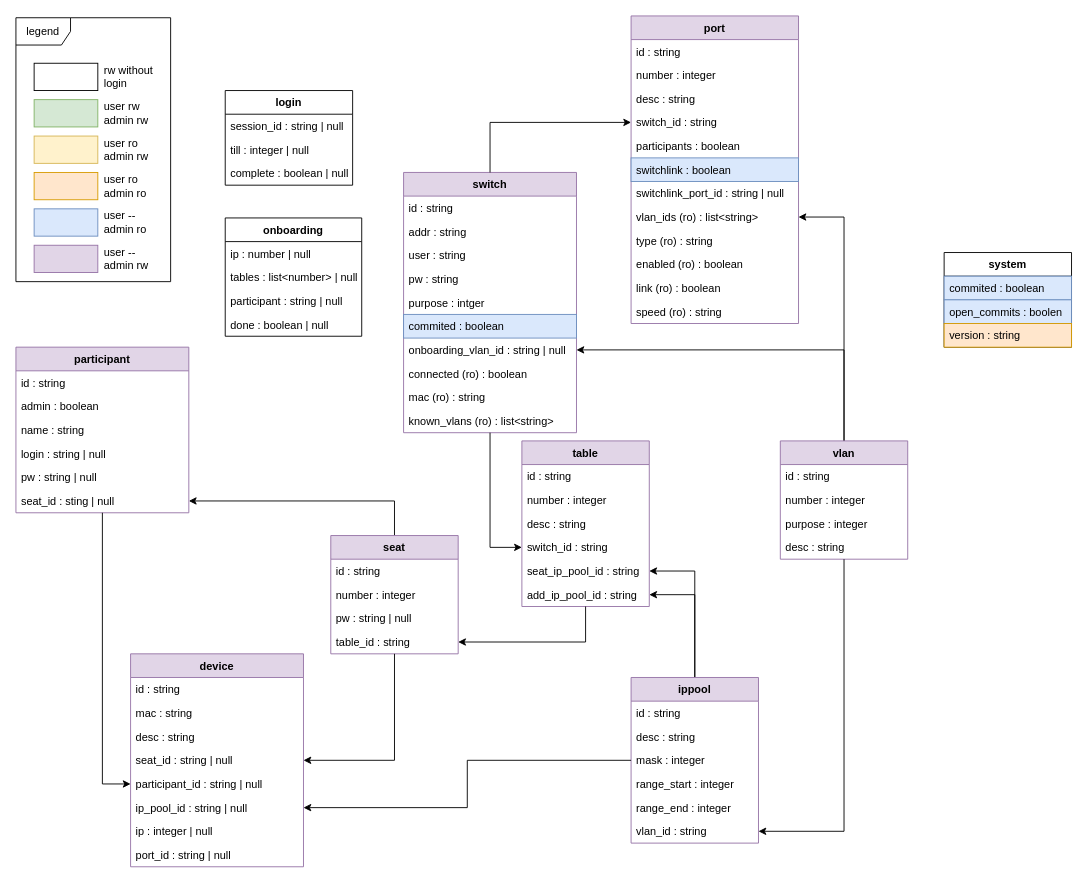
Earlier version of the draw.io diagram docs/api.drawio (nils-ost/LanPartyOnboardingSystem). Source tidied: cells renumbered, new cells numbered last; positions are measured from the earlier drawing's top-left corner, leaving out a move shared by most shapes. Both pictures are drawn from the tidied source at 91%, with x=0, y=0 at pixel (15, 15).
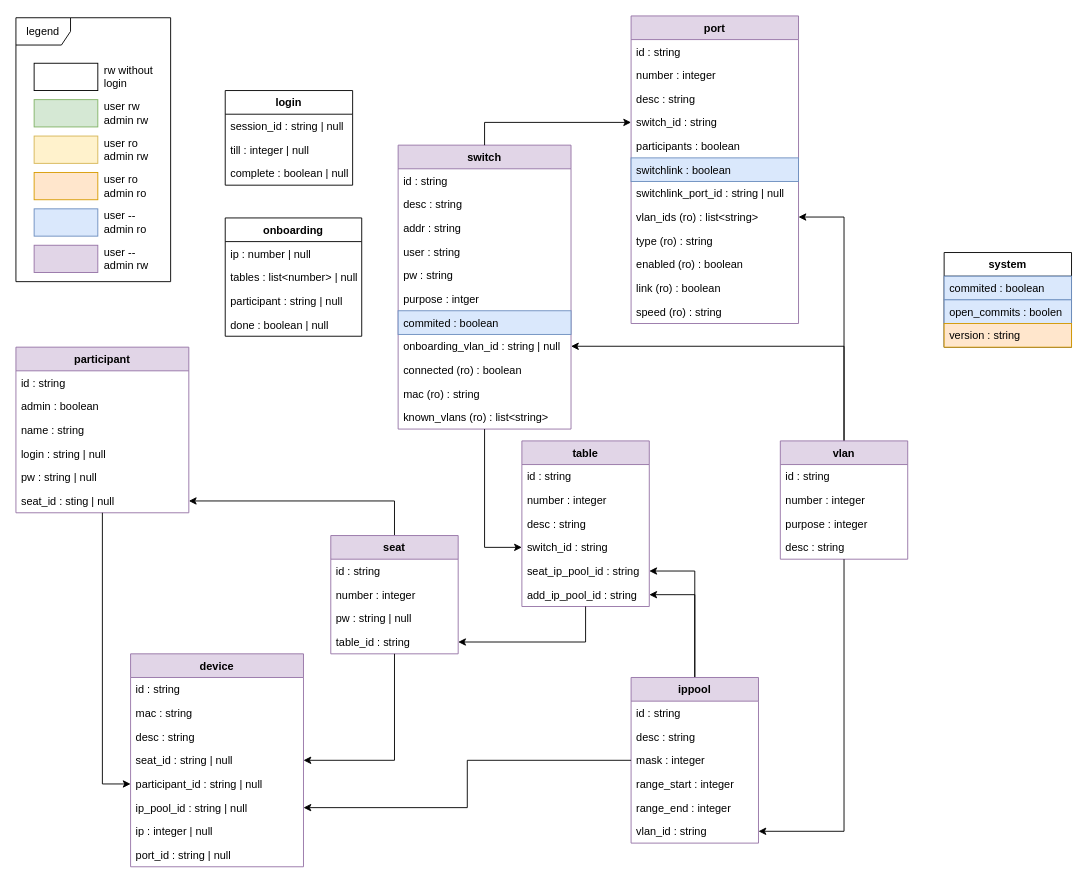
The same diagram, later.

Diff of the diagram source:
```diff
@@
     <mxCell id="30" value="switch" style="swimlane;fontStyle=1;horizontal=1;startSize=26;fillColor=#e1d5e7;strokeColor=#9673a6;" parent="1" vertex="1">
-      <mxGeometry x="426" y="172" width="190" height="286" as="geometry" />
+      <mxGeometry x="420" y="142" width="190" height="312" as="geometry" />
     </mxCell>
@@
+    <mxCell id="99" value="desc : string" style="text;strokeColor=none;fillColor=none;align=left;verticalAlign=top;spacingLeft=4;spacingRight=4;overflow=hidden;" parent="30" vertex="1">
+      <mxGeometry y="52" width="190" height="26" as="geometry" />
+    </mxCell>
     <mxCell id="32" value="addr : string" style="text;strokeColor=none;fillColor=none;align=left;verticalAlign=top;spacingLeft=4;spacingRight=4;overflow=hidden;" parent="30" vertex="1">
-      <mxGeometry y="52" width="190" height="26" as="geometry" />
+      <mxGeometry y="78" width="190" height="26" as="geometry" />
     </mxCell>
     <mxCell id="33" value="user : string" style="text;strokeColor=none;fillColor=none;align=left;verticalAlign=top;spacingLeft=4;spacingRight=4;overflow=hidden;" parent="30" vertex="1">
-      <mxGeometry y="78" width="190" height="26" as="geometry" />
+      <mxGeometry y="104" width="190" height="26" as="geometry" />
     </mxCell>
     <mxCell id="34" value="pw : string" style="text;strokeColor=none;fillColor=none;align=left;verticalAlign=top;spacingLeft=4;spacingRight=4;overflow=hidden;" parent="30" vertex="1">
-      <mxGeometry y="104" width="190" height="26" as="geometry" />
+      <mxGeometry y="130" width="190" height="26" as="geometry" />
     </mxCell>
     <mxCell id="35" value="purpose : intger" style="text;strokeColor=none;fillColor=none;align=left;verticalAlign=top;spacingLeft=4;spacingRight=4;overflow=hidden;" parent="30" vertex="1">
-      <mxGeometry y="130" width="190" height="26" as="geometry" />
+      <mxGeometry y="156" width="190" height="26" as="geometry" />
     </mxCell>
     <mxCell id="36" value="commited : boolean" style="text;strokeColor=#6c8ebf;fillColor=#dae8fc;align=left;verticalAlign=top;spacingLeft=4;spacingRight=4;overflow=hidden;" parent="30" vertex="1">
-      <mxGeometry y="156" width="190" height="26" as="geometry" />
+      <mxGeometry y="182" width="190" height="26" as="geometry" />
     </mxCell>
     <mxCell id="37" value="onboarding_vlan_id : string | null" style="text;strokeColor=none;fillColor=none;align=left;verticalAlign=top;spacingLeft=4;spacingRight=4;overflow=hidden;points=[[0,0.5],[1,0.5]];portConstraint=eastwest;" parent="30" vertex="1">
-      <mxGeometry y="182" width="190" height="26" as="geometry" />
+      <mxGeometry y="208" width="190" height="26" as="geometry" />
     </mxCell>
     <mxCell id="38" value="connected (ro) : boolean" style="text;strokeColor=none;fillColor=none;align=left;verticalAlign=top;spacingLeft=4;spacingRight=4;overflow=hidden;" parent="30" vertex="1">
-      <mxGeometry y="208" width="190" height="26" as="geometry" />
+      <mxGeometry y="234" width="190" height="26" as="geometry" />
     </mxCell>
     <mxCell id="39" value="mac (ro) : string" style="text;strokeColor=none;fillColor=none;align=left;verticalAlign=top;spacingLeft=4;spacingRight=4;overflow=hidden;" parent="30" vertex="1">
-      <mxGeometry y="234" width="190" height="26" as="geometry" />
+      <mxGeometry y="260" width="190" height="26" as="geometry" />
     </mxCell>
     <mxCell id="40" value="known_vlans (ro) : list&lt;string&gt;" style="text;strokeColor=none;fillColor=none;align=left;verticalAlign=top;spacingLeft=4;spacingRight=4;overflow=hidden;" parent="30" vertex="1">
-      <mxGeometry y="260" width="190" height="26" as="geometry" />
+      <mxGeometry y="286" width="190" height="26" as="geometry" />
     </mxCell>
```
